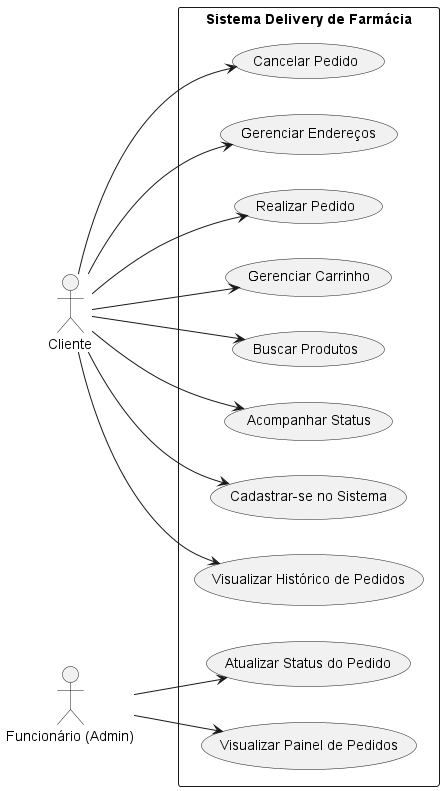
The PlantUML diagram docs/diagrama-casos-de-uso.png in joaovitor-9/Delivery_Farmacia, before a commit.
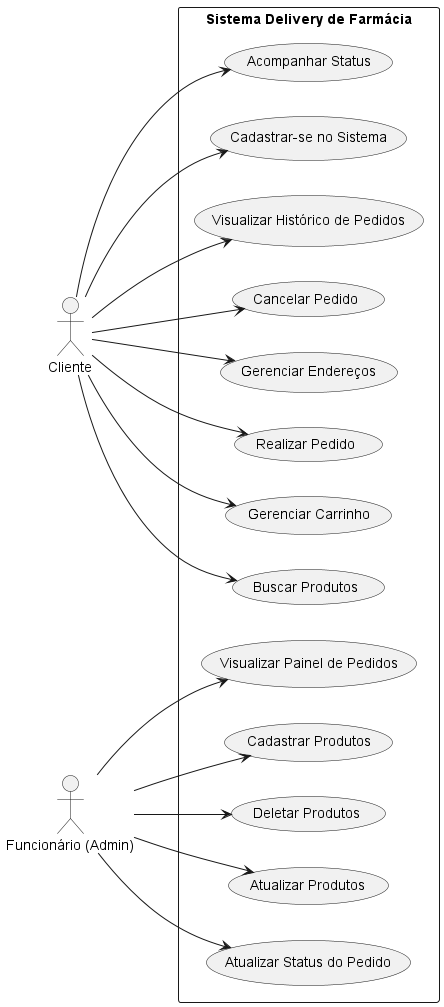
Above is the later version.

Commit message:
implemetação caso de uso admin

What changed in the source:
```diff
@@ -17,6 +17,9 @@
     usecase "Visualizar Histórico de Pedidos" as UC8
     usecase "Cancelar Pedido" as UC9
     usecase "Gerenciar Endereços" as UC10
+    usecase "Deletar Produtos" as UC11
+    usecase "Atualizar Produtos" as UC12
+    usecase "Cadastrar Produtos" as UC13
 }
 
 cliente --> UC1
@@ -30,5 +33,8 @@
 
 admin --> UC5
 admin --> UC6
+admin --> UC11
+admin --> UC12
+admin --> UC13
 
 @enduml
```
